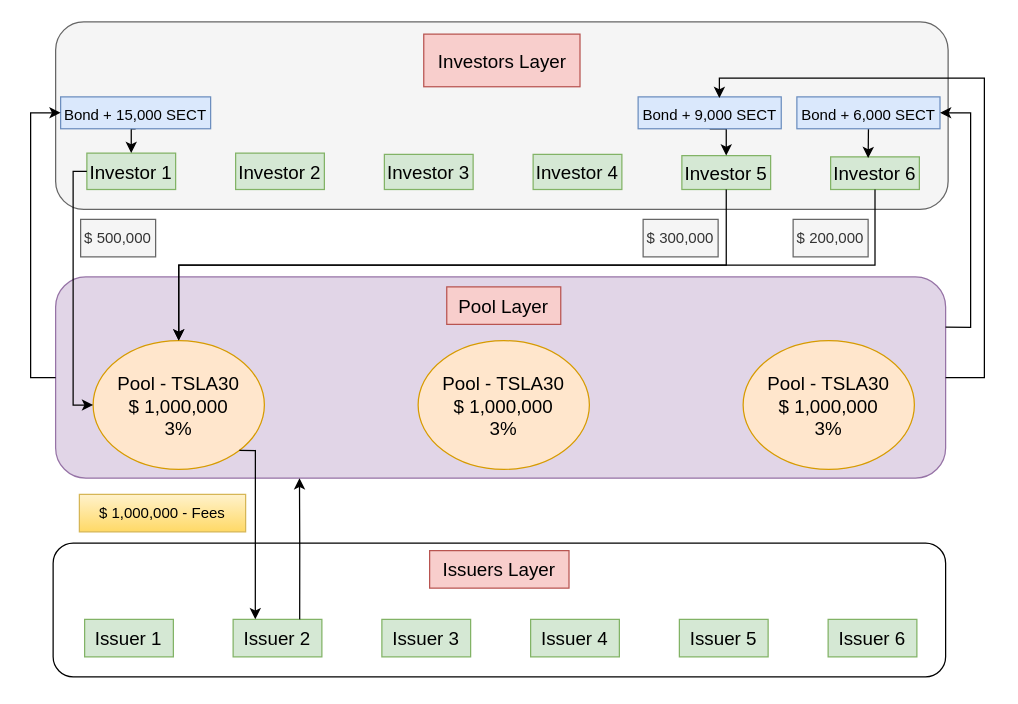
This is securtok.drawio from Edoumou/drawings, a draw.io file, before an edit. Source tidied: cells renumbered, new cells numbered last; positions are measured from the earlier drawing's top-left corner, leaving out a move shared by most shapes. Both pictures are drawn from the tidied source at 125%, with x=0, y=0 at pixel (52, 21).
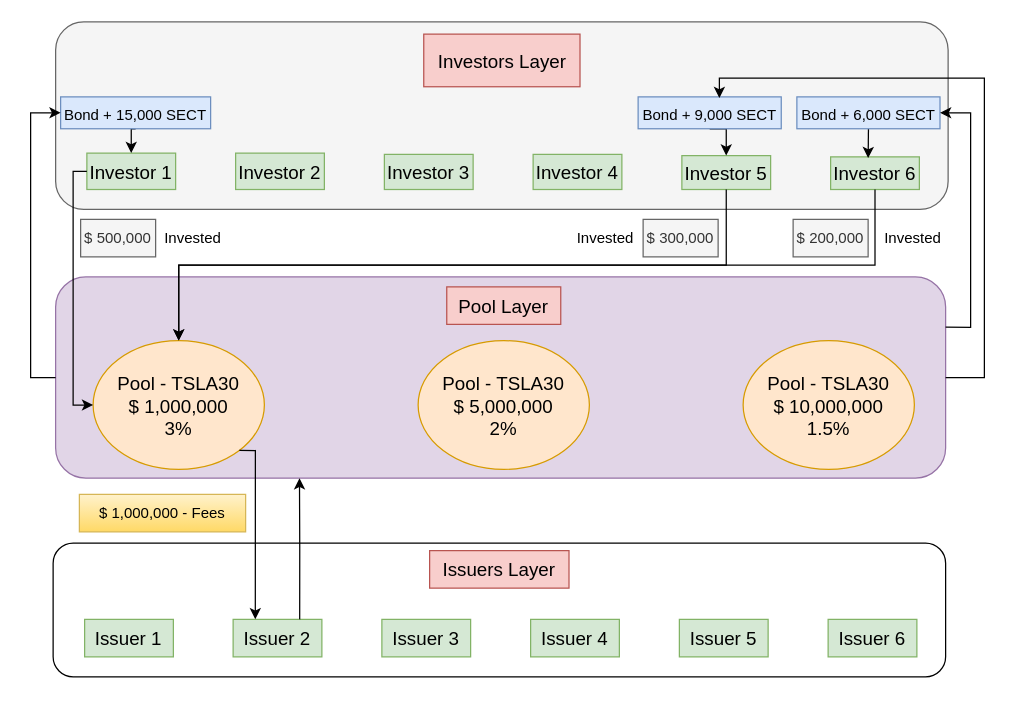
After the change.

Unchanged cells that the change refers to:
```xml
<mxCell id="17" style="group;" parent="1" vertex="1">
  <mxGeometry x="2" y="204" width="752" height="324" as="geometry" />
</mxCell>
```

Change to the diagram source:
```diff
@@
-    <mxCell id="20" value="&lt;font style=&quot;font-size: 15px;&quot;&gt;Pool - TSLA30&lt;br&gt;$ 1,000,000&lt;br&gt;3%&lt;br&gt;&lt;/font&gt;" style="ellipse;whiteSpace=wrap;html=1;fillColor=#ffe6cc;strokeColor=#d79b00;" parent="17" vertex="1">
+    <mxCell id="20" value="&lt;font style=&quot;font-size: 15px;&quot;&gt;Pool - TSLA30&lt;br&gt;$ 5,000,000&lt;br&gt;2%&lt;br&gt;&lt;/font&gt;" style="ellipse;whiteSpace=wrap;html=1;fillColor=#ffe6cc;strokeColor=#d79b00;" parent="17" vertex="1">
       <mxGeometry x="290" y="51" width="137" height="103" as="geometry" />
     </mxCell>
-    <mxCell id="21" value="&lt;font style=&quot;font-size: 15px;&quot;&gt;Pool - TSLA30&lt;br&gt;$ 1,000,000&lt;br&gt;3%&lt;br&gt;&lt;/font&gt;" style="ellipse;whiteSpace=wrap;html=1;fillColor=#ffe6cc;strokeColor=#d79b00;" parent="17" vertex="1">
+    <mxCell id="21" value="&lt;font style=&quot;font-size: 15px;&quot;&gt;Pool - TSLA30&lt;br&gt;$ 10,000,000&lt;br&gt;1.5%&lt;br&gt;&lt;/font&gt;" style="ellipse;whiteSpace=wrap;html=1;fillColor=#ffe6cc;strokeColor=#d79b00;" parent="17" vertex="1">
       <mxGeometry x="550" y="51" width="137" height="103" as="geometry" />
     </mxCell>
@@
+    <mxCell id="44" value="Invested" style="text;html=1;strokeColor=none;fillColor=none;align=center;verticalAlign=middle;whiteSpace=wrap;rounded=0;" parent="1" vertex="1">
+      <mxGeometry x="82" y="158" width="60" height="30" as="geometry" />
+    </mxCell>
+    <mxCell id="45" value="Invested" style="text;html=1;strokeColor=none;fillColor=none;align=center;verticalAlign=middle;whiteSpace=wrap;rounded=0;" parent="1" vertex="1">
+      <mxGeometry x="412" y="158" width="60" height="30" as="geometry" />
+    </mxCell>
+    <mxCell id="46" value="Invested" style="text;html=1;strokeColor=none;fillColor=none;align=center;verticalAlign=middle;whiteSpace=wrap;rounded=0;" parent="1" vertex="1">
+      <mxGeometry x="658" y="158" width="60" height="30" as="geometry" />
+    </mxCell>
```
